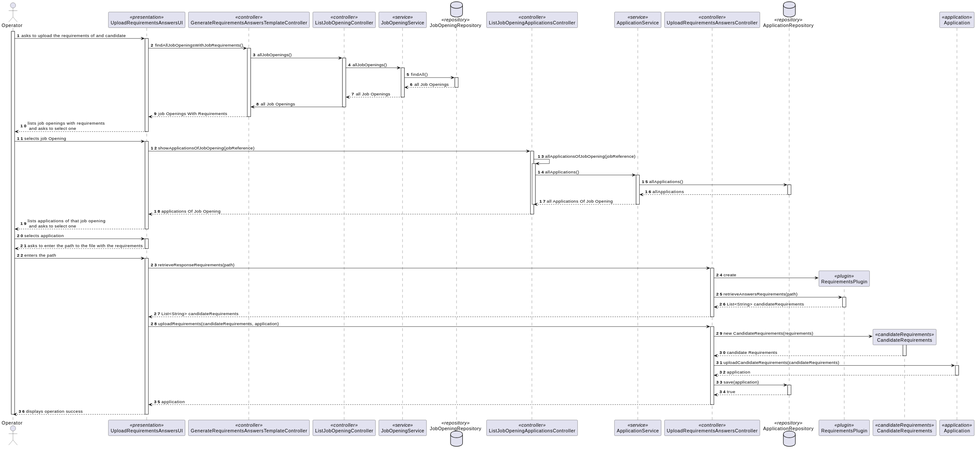
Before: docs/SprintC/8-upload-requirements/sequence-diagram.svg, a diagram exported from PlantUML (MiguelCardoso77/LAPR4).
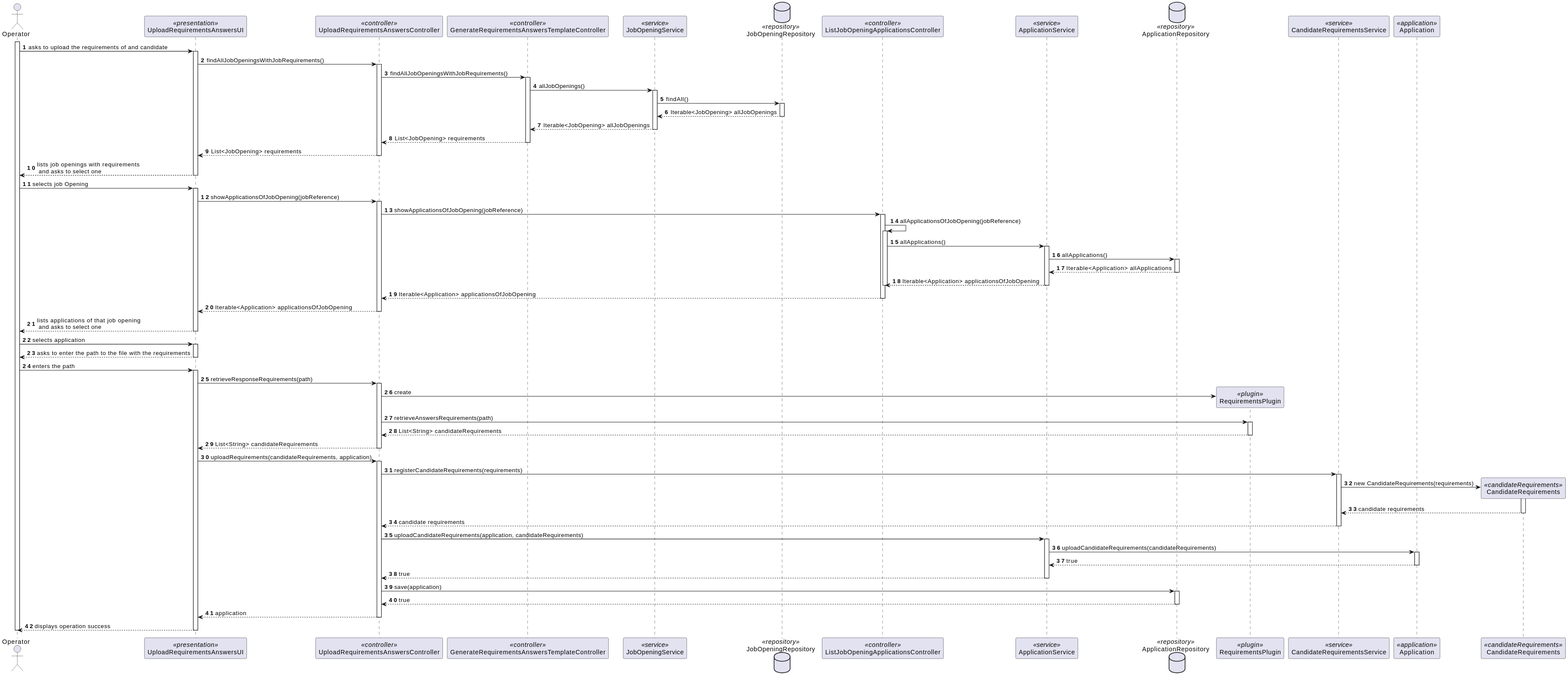
Above is the later version.

Commit message:
documentation for upload candidate requirements #34

Diff of the diagram source:
```diff
@@ -4,18 +4,17 @@
 actor Operator
 
 participant UploadRequirementsAnswersUI <<presentation>>
+participant UploadRequirementsAnswersController <<controller>>
 participant GenerateRequirementsAnswersTemplateController <<controller>>
-participant ListJobOpeningController <<controller>>
 participant JobOpeningService <<service>>
 database    JobOpeningRepository <<repository>>
 participant ListJobOpeningApplicationsController <<controller>>
 participant ApplicationService <<service>>
-participant UploadRequirementsAnswersController <<controller>>
 database ApplicationRepository <<repository>>
 participant RequirementsPlugin <<plugin>>
+participant CandidateRequirementsService <<service>>
+participant Application <<application>>
 participant CandidateRequirements <<candidateRequirements>>
-
-participant Application <<application>>
 
 
 activate Operator
@@ -23,29 +22,29 @@
     Operator -> UploadRequirementsAnswersUI : asks to upload the requirements of and candidate
     activate UploadRequirementsAnswersUI
 
-        UploadRequirementsAnswersUI -> GenerateRequirementsAnswersTemplateController : findAllJobOpeningsWithJobRequirements()
-        activate GenerateRequirementsAnswersTemplateController
+        UploadRequirementsAnswersUI -> UploadRequirementsAnswersController : findAllJobOpeningsWithJobRequirements()
+        activate UploadRequirementsAnswersController
 
-            GenerateRequirementsAnswersTemplateController -> ListJobOpeningController : allJobOpenings()
-            activate ListJobOpeningController
+            UploadRequirementsAnswersController -> GenerateRequirementsAnswersTemplateController : findAllJobOpeningsWithJobRequirements()
+            activate GenerateRequirementsAnswersTemplateController
 
-                ListJobOpeningController -> JobOpeningService : allJobOpenings()
+                GenerateRequirementsAnswersTemplateController -> JobOpeningService : allJobOpenings()
                 activate JobOpeningService
 
                     JobOpeningService -> JobOpeningRepository : findAll()
                     activate JobOpeningRepository
 
-                        JobOpeningRepository --> JobOpeningService : all Job Openings
+                        JobOpeningRepository --> JobOpeningService : Iterable<JobOpening> allJobOpenings
                     deactivate JobOpeningRepository
 
-                    JobOpeningService --> ListJobOpeningController : all Job Openings
+                    JobOpeningService --> GenerateRequirementsAnswersTemplateController : Iterable<JobOpening> allJobOpenings
                 deactivate JobOpeningService
 
-                ListJobOpeningController -> GenerateRequirementsAnswersTemplateController : all Job Openings
-            deactivate ListJobOpeningController
+                GenerateRequirementsAnswersTemplateController --> UploadRequirementsAnswersController : List<JobOpening> requirements
+            deactivate GenerateRequirementsAnswersTemplateController
 
-            GenerateRequirementsAnswersTemplateController --> UploadRequirementsAnswersUI : job Openings With Requirements
-        deactivate GenerateRequirementsAnswersTemplateController
+            UploadRequirementsAnswersController --> UploadRequirementsAnswersUI: List<JobOpening> requirements
+        deactivate UploadRequirementsAnswersController
 
         UploadRequirementsAnswersUI --> Operator : lists job openings with requirements \n and asks to select one
     deactivate UploadRequirementsAnswersUI
@@ -53,27 +52,33 @@
     Operator -> UploadRequirementsAnswersUI : selects job Opening
     activate UploadRequirementsAnswersUI
 
-        UploadRequirementsAnswersUI -> ListJobOpeningApplicationsController : showApplicationsOfJobOpening(jobReference)
-        activate ListJobOpeningApplicationsController
+        UploadRequirementsAnswersUI -> UploadRequirementsAnswersController : showApplicationsOfJobOpening(jobReference)
+        activate UploadRequirementsAnswersController
 
-            ListJobOpeningApplicationsController -> ListJobOpeningApplicationsController : allApplicationsOfJobOpening(jobReference)
+            UploadRequirementsAnswersController -> ListJobOpeningApplicationsController : showApplicationsOfJobOpening(jobReference)
             activate ListJobOpeningApplicationsController
 
-                ListJobOpeningApplicationsController -> ApplicationService : allApplications()
-                activate ApplicationService
+                ListJobOpeningApplicationsController -> ListJobOpeningApplicationsController : allApplicationsOfJobOpening(jobReference)
+                activate ListJobOpeningApplicationsController
 
-                    ApplicationService -> ApplicationRepository : allApplications()
-                    activate ApplicationRepository
+                    ListJobOpeningApplicationsController -> ApplicationService : allApplications()
+                    activate ApplicationService
 
-                        ApplicationRepository --> ApplicationService : allApplications
-                    deactivate ApplicationRepository
+                        ApplicationService -> ApplicationRepository : allApplications()
+                        activate ApplicationRepository
 
-                    ApplicationService --> ListJobOpeningApplicationsController : all Applications Of Job Opening
-                deactivate ApplicationService
+                            ApplicationRepository --> ApplicationService : Iterable<Application> allApplications
+                        deactivate ApplicationRepository
+
+                        ApplicationService --> ListJobOpeningApplicationsController : Iterable<Application> applicationsOfJobOpening
+                    deactivate ApplicationService
+                deactivate ListJobOpeningApplicationsController
+
+                ListJobOpeningApplicationsController --> UploadRequirementsAnswersController : Iterable<Application> applicationsOfJobOpening
             deactivate ListJobOpeningApplicationsController
 
-            ListJobOpeningApplicationsController --> UploadRequirementsAnswersUI : applications Of Job Opening
-        deactivate ListJobOpeningApplicationsController
+            UploadRequirementsAnswersController --> UploadRequirementsAnswersUI : Iterable<Application> applicationsOfJobOpening
+        deactivate UploadRequirementsAnswersController
 
         UploadRequirementsAnswersUI --> Operator : lists applications of that job opening \n and asks to select one
     deactivate UploadRequirementsAnswersUI
@@ -103,17 +108,29 @@
         UploadRequirementsAnswersUI -> UploadRequirementsAnswersController : uploadRequirements(candidateRequirements, application)
         activate UploadRequirementsAnswersController
 
-            UploadRequirementsAnswersController -> CandidateRequirements** : new CandidateRequirements(requirements)
-            activate CandidateRequirements
+            UploadRequirementsAnswersController -> CandidateRequirementsService : registerCandidateRequirements(requirements)
+            activate CandidateRequirementsService
 
-                CandidateRequirements --> UploadRequirementsAnswersController : candidate Requirements
-            deactivate CandidateRequirements
+                CandidateRequirementsService -> CandidateRequirements** : new CandidateRequirements(requirements)
+                activate CandidateRequirements
 
-            UploadRequirementsAnswersController -> Application : uploadCandidateRequirements(candidateRequirements)
-            activate Application
+                    CandidateRequirements --> CandidateRequirementsService : candidate requirements
+                deactivate CandidateRequirements
 
-                Application --> UploadRequirementsAnswersController : application
-            deactivate Application
+                CandidateRequirementsService --> UploadRequirementsAnswersController : candidate requirements
+            deactivate CandidateRequirementsService
+
+            UploadRequirementsAnswersController -> ApplicationService : uploadCandidateRequirements(application, candidateRequirements)
+            activate ApplicationService
+
+                ApplicationService -> Application : uploadCandidateRequirements(candidateRequirements)
+                activate Application
+
+                    Application --> ApplicationService : true
+                deactivate Application
+
+                ApplicationService --> UploadRequirementsAnswersController : true
+            deactivate ApplicationService
 
             UploadRequirementsAnswersController -> ApplicationRepository : save(application)
             activate ApplicationRepository
```
